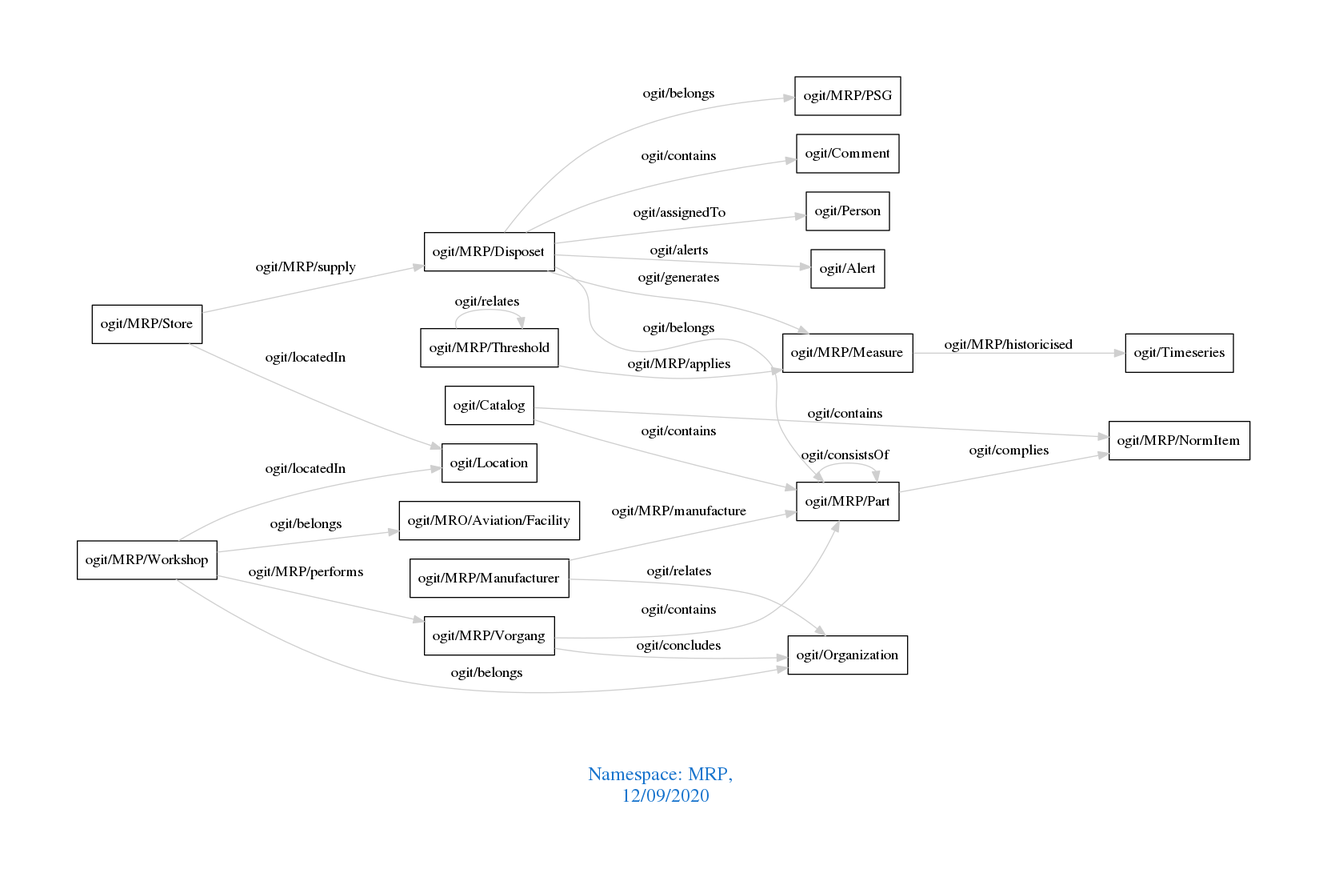
Earlier version of the Graphviz export downloads/MRP.png (arago/OGIT). Its source is kept beside it as downloads/MRP.dot.
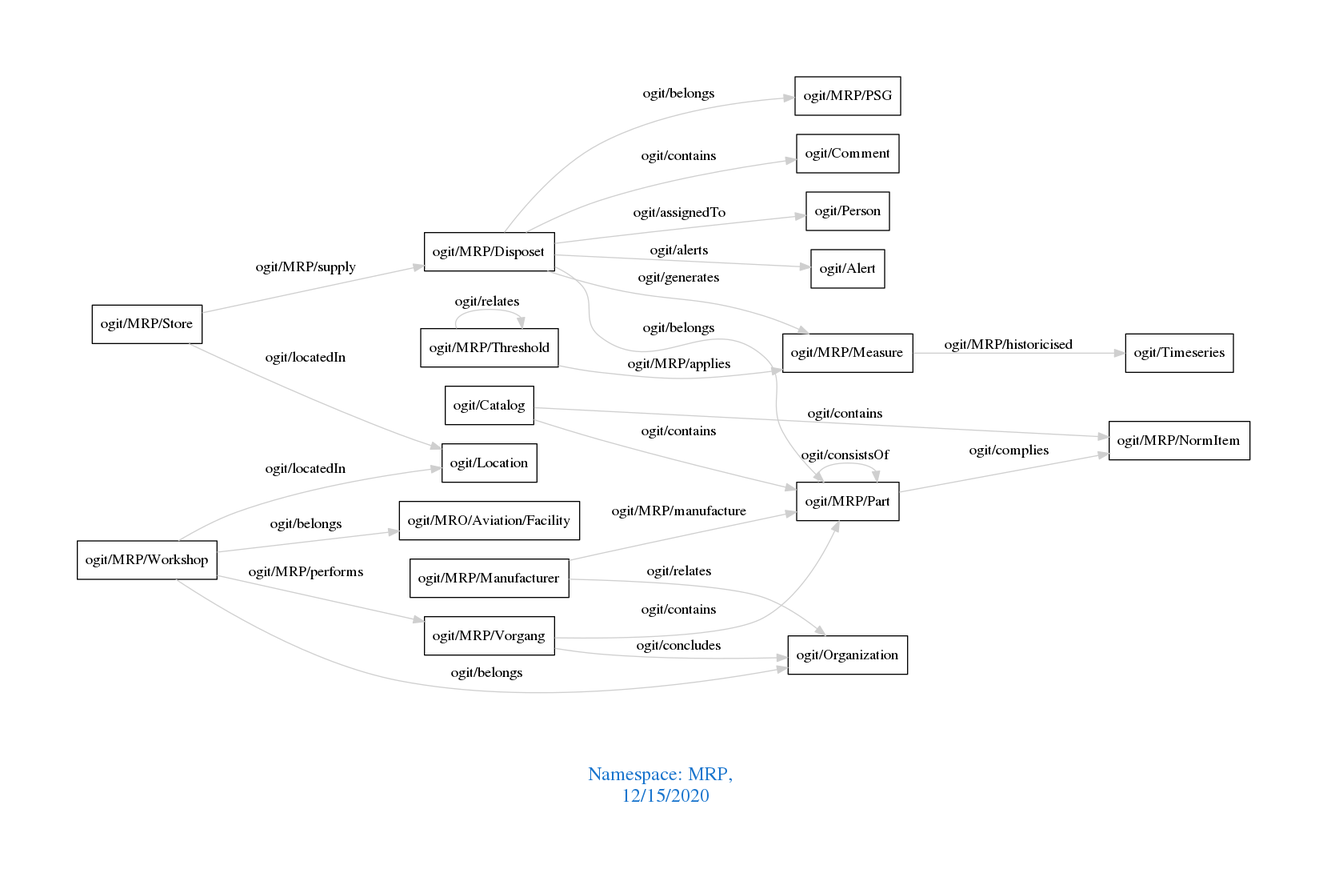
The same file after the commit.

What changed in the source:
```diff
@@ -1,7 +1,7 @@
 digraph OGIT_ontology {
  graph [ rankdir= LR,pad=1
 fontsize = 18,
-fontcolor= dodgerblue3,label = "\n\n\nNamespace: MRP, \n 12/09/2020"];
+fontcolor= dodgerblue3,label = "\n\n\nNamespace: MRP, \n 12/15/2020"];
 node[shape=polygon];
 edge [  color="gray81"];
 
```
